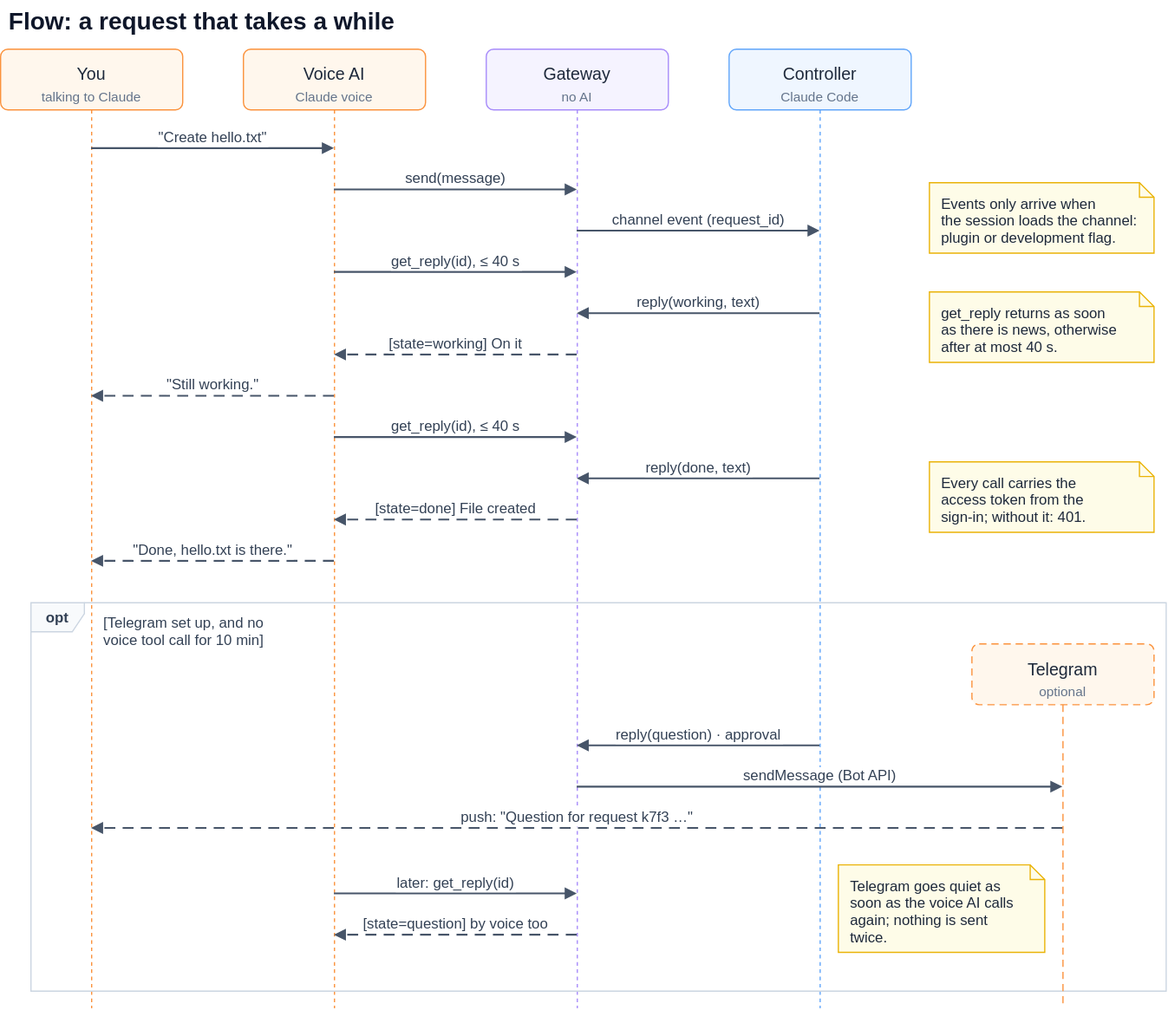
This is docs/request-flow.drawio.svg from alderg/cc-voice-gateway, a draw.io export, as it was before one commit. Source tidied: cells renumbered, new cells last; positions are measured from the earlier drawing's top-left corner, leaving out a move shared by most shapes.
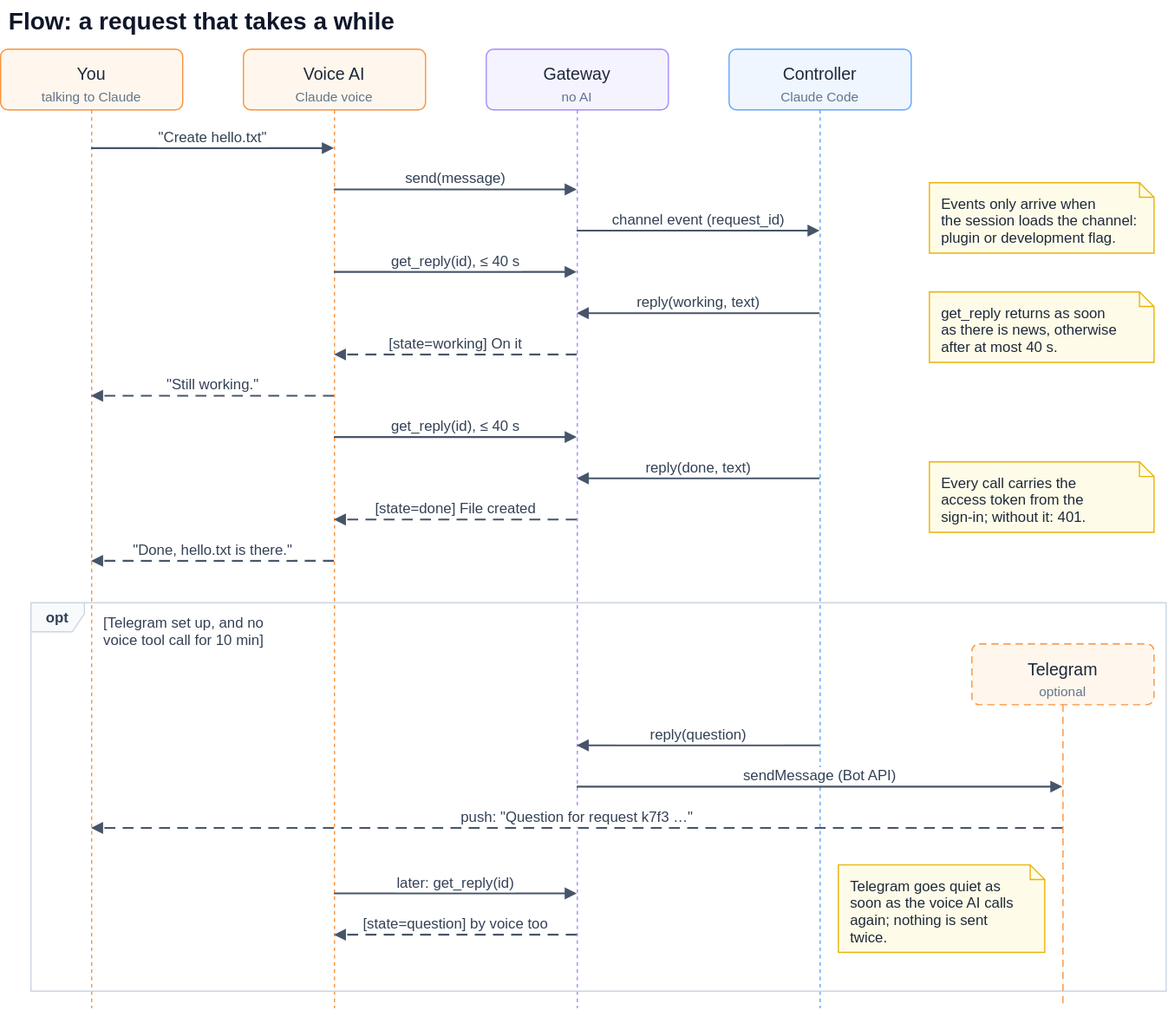
After the change.

What changed in the source:
```diff
@@ -130,7 +130,7 @@
         <mxPoint y="-10" as="offset" />
       </mxGeometry>
     </mxCell>
-    <mxCell id="30" value="reply(question) · approval" style="edgeStyle=none;rounded=1;html=0;endArrow=block;endFill=1;startArrow=none;strokeColor=#475569;strokeWidth=1.5;fontSize=12;fontColor=#334155;labelBackgroundColor=#FFFFFF;endSize=6;" parent="1" edge="1">
+    <mxCell id="30" value="reply(question)" style="edgeStyle=none;rounded=1;html=0;endArrow=block;endFill=1;startArrow=none;strokeColor=#475569;strokeWidth=1.5;fontSize=12;fontColor=#334155;labelBackgroundColor=#FFFFFF;endSize=6;" parent="1" edge="1">
       <mxGeometry relative="1" as="geometry">
         <mxPoint x="675" y="614" as="sourcePoint" />
         <mxPoint x="475" y="614" as="targetPoint" />
```
